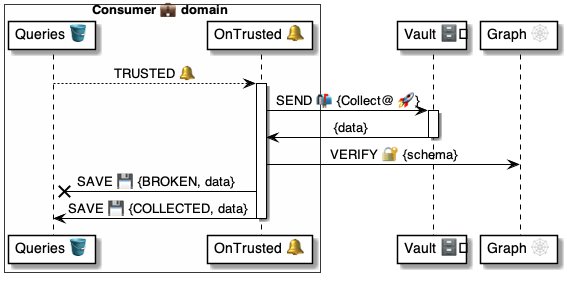
pollyweb-org/pollyweb-docs keeps this PlantUML diagram as 4 ⚙️ Solution/41 🎭 Domain Roles/Consumers 💼/💼🪣 Consumer tables/Queries 🗄️ table/🪣🧱 22 Trusted 🔔 event/💼 OnTrusted ⚙️ uml.png. Above is the earlier version. Its source is kept beside it as 4 ⚙️ Solution/41 🎭 Domain Roles/Consumers 💼/💼🪣 Consumer tables/Queries 🗄️ table/🪣🧱 22 Trusted 🔔 event/💼 OnTrusted ⚙️ uml.puml.
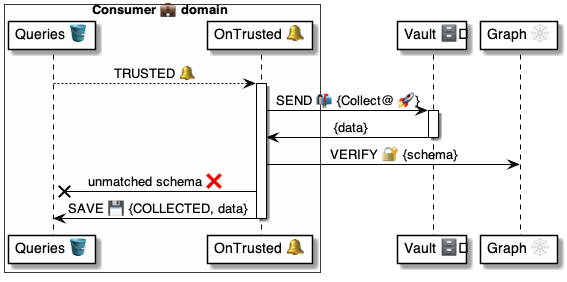
The same file after the commit.

Diff of the diagram source:
```diff
@@ -19,7 +19,7 @@
 
     handler -> graph: VERIFY 🔐 {schema}
 
-    handler -x table: SAVE 💾 {BROKEN, data}
+    handler -x table: unmatched schema ❌
     handler -> table: SAVE 💾 {COLLECTED, data}
 
 deactivate handler
```
